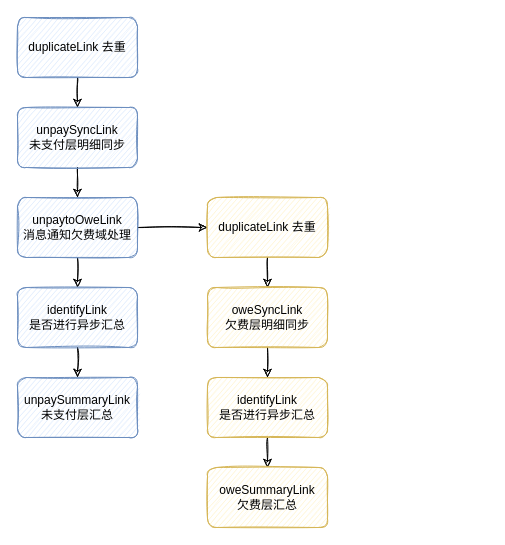
Above: page "PipelineLink" (2 of 2) of Untitled Diagram.drawio in Lichit-bot/hello-computer (draw.io), before the change. Source tidied: cells renumbered, new cells numbered last; positions are measured from the earlier drawing's top-left corner, leaving out a move shared by most shapes. Both pictures are drawn from the tidied source at 100%, with x=0, y=0 at pixel (17, 17).
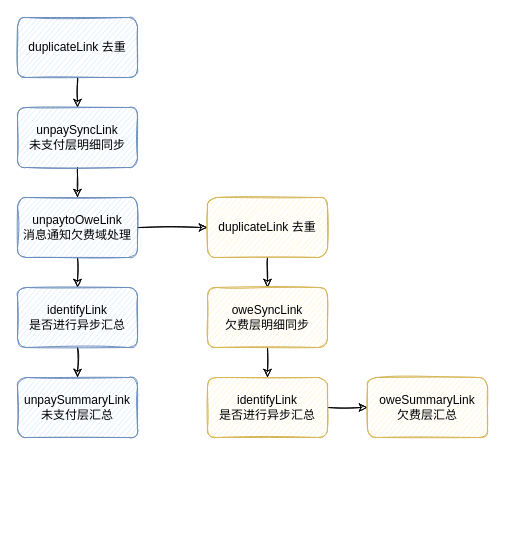
Above is the later version.

What changed in the source:
```diff
@@
 <mxGraphModel>
   <root>
     <mxCell id="0" />
     <mxCell id="1" parent="0" />
     <mxCell id="2" style="edgeStyle=orthogonalEdgeStyle;rounded=0;comic=0;sketch=1;jettySize=auto;html=1;exitX=0.5;exitY=1;exitDx=0;exitDy=0;entryX=0.5;entryY=0;entryDx=0;entryDy=0;" parent="1" edge="1" source="3" target="5">
       <mxGeometry relative="1" as="geometry" />
     </mxCell>
     <mxCell id="3" value="duplicateLink 去重" style="rounded=1;whiteSpace=wrap;html=1;sketch=1;fillColor=#dae8fc;strokeColor=#6c8ebf;" parent="1" vertex="1">
       <mxGeometry width="120" height="60" as="geometry" />
     </mxCell>
     <mxCell id="4" style="edgeStyle=orthogonalEdgeStyle;rounded=0;comic=0;sketch=1;jettySize=auto;html=1;exitX=0.5;exitY=1;exitDx=0;exitDy=0;entryX=0.5;entryY=0;entryDx=0;entryDy=0;" parent="1" edge="1" source="5" target="8">
       <mxGeometry relative="1" as="geometry" />
     </mxCell>
     <mxCell id="5" value="unpaySyncLink &lt;br&gt;未支付层明细同步" style="rounded=1;whiteSpace=wrap;html=1;sketch=1;fillColor=#dae8fc;strokeColor=#6c8ebf;" parent="1" vertex="1">
       <mxGeometry y="90" width="120" height="60" as="geometry" />
     </mxCell>
     <mxCell id="6" style="edgeStyle=orthogonalEdgeStyle;rounded=0;comic=0;sketch=1;jettySize=auto;html=1;exitX=0.5;exitY=1;exitDx=0;exitDy=0;entryX=0.5;entryY=0;entryDx=0;entryDy=0;" parent="1" edge="1" source="8" target="10">
       <mxGeometry relative="1" as="geometry" />
     </mxCell>
     <mxCell id="7" style="edgeStyle=orthogonalEdgeStyle;rounded=0;comic=0;sketch=1;jettySize=auto;html=1;exitX=1;exitY=0.5;exitDx=0;exitDy=0;entryX=0;entryY=0.5;entryDx=0;entryDy=0;" parent="1" edge="1" source="8" target="13">
       <mxGeometry relative="1" as="geometry" />
     </mxCell>
     <mxCell id="8" value="unpaytoOweLink &lt;br&gt;消息通知欠费域处理" style="rounded=1;whiteSpace=wrap;html=1;sketch=1;fillColor=#dae8fc;strokeColor=#6c8ebf;" parent="1" vertex="1">
       <mxGeometry y="180" width="120" height="60" as="geometry" />
     </mxCell>
     <mxCell id="9" style="edgeStyle=orthogonalEdgeStyle;rounded=0;comic=0;sketch=1;jettySize=auto;html=1;exitX=0.5;exitY=1;exitDx=0;exitDy=0;entryX=0.5;entryY=0;entryDx=0;entryDy=0;" parent="1" edge="1" source="10" target="11">
       <mxGeometry relative="1" as="geometry" />
     </mxCell>
     <mxCell id="10" value="identifyLink &lt;br&gt;是否进行异步汇总" style="rounded=1;whiteSpace=wrap;html=1;sketch=1;fillColor=#dae8fc;strokeColor=#6c8ebf;" parent="1" vertex="1">
       <mxGeometry y="270" width="120" height="60" as="geometry" />
     </mxCell>
     <mxCell id="11" value="unpaySummaryLink &lt;br&gt;未支付层汇总" style="rounded=1;whiteSpace=wrap;html=1;sketch=1;fillColor=#dae8fc;strokeColor=#6c8ebf;" parent="1" vertex="1">
       <mxGeometry y="360" width="120" height="60" as="geometry" />
     </mxCell>
     <mxCell id="12" style="edgeStyle=orthogonalEdgeStyle;rounded=0;comic=0;sketch=1;jettySize=auto;html=1;exitX=0.5;exitY=1;exitDx=0;exitDy=0;entryX=0.5;entryY=0;entryDx=0;entryDy=0;" parent="1" edge="1" source="13" target="15">
       <mxGeometry relative="1" as="geometry" />
     </mxCell>
     <mxCell id="13" value="duplicateLink 去重" style="rounded=1;whiteSpace=wrap;html=1;sketch=1;fillColor=#fff2cc;strokeColor=#d6b656;" parent="1" vertex="1">
       <mxGeometry x="190" y="180" width="120" height="60" as="geometry" />
     </mxCell>
     <mxCell id="14" style="edgeStyle=orthogonalEdgeStyle;rounded=0;comic=0;sketch=1;jettySize=auto;html=1;exitX=0.5;exitY=1;exitDx=0;exitDy=0;entryX=0.5;entryY=0;entryDx=0;entryDy=0;" parent="1" edge="1" source="15" target="17">
       <mxGeometry relative="1" as="geometry" />
     </mxCell>
     <mxCell id="15" value="oweSyncLink &lt;br&gt;欠费层明细同步" style="rounded=1;whiteSpace=wrap;html=1;sketch=1;fillColor=#fff2cc;strokeColor=#d6b656;" parent="1" vertex="1">
       <mxGeometry x="190" y="270" width="120" height="60" as="geometry" />
     </mxCell>
-    <mxCell id="16" style="edgeStyle=orthogonalEdgeStyle;rounded=0;comic=0;sketch=1;jettySize=auto;html=1;exitX=0.5;exitY=1;exitDx=0;exitDy=0;entryX=0.5;entryY=0;entryDx=0;entryDy=0;" parent="1" edge="1" source="17" target="18">
+    <mxCell id="16" style="edgeStyle=orthogonalEdgeStyle;rounded=0;comic=0;sketch=1;jettySize=auto;html=1;exitX=1;exitY=0.5;exitDx=0;exitDy=0;entryX=0;entryY=0.5;entryDx=0;entryDy=0;" parent="1" edge="1" source="17" target="18">
       <mxGeometry relative="1" as="geometry" />
     </mxCell>
     <mxCell id="17" value="identifyLink &lt;br&gt;是否进行异步汇总" style="rounded=1;whiteSpace=wrap;html=1;sketch=1;fillColor=#fff2cc;strokeColor=#d6b656;" parent="1" vertex="1">
       <mxGeometry x="190" y="360" width="120" height="60" as="geometry" />
     </mxCell>
     <mxCell id="18" value="oweSummaryLink &lt;br&gt;欠费层汇总" style="rounded=1;whiteSpace=wrap;html=1;sketch=1;fillColor=#fff2cc;strokeColor=#d6b656;" parent="1" vertex="1">
-      <mxGeometry x="190" y="450" width="120" height="60" as="geometry" />
+      <mxGeometry x="350" y="360" width="120" height="60" as="geometry" />
     </mxCell>
   </root>
 </mxGraphModel>
```
